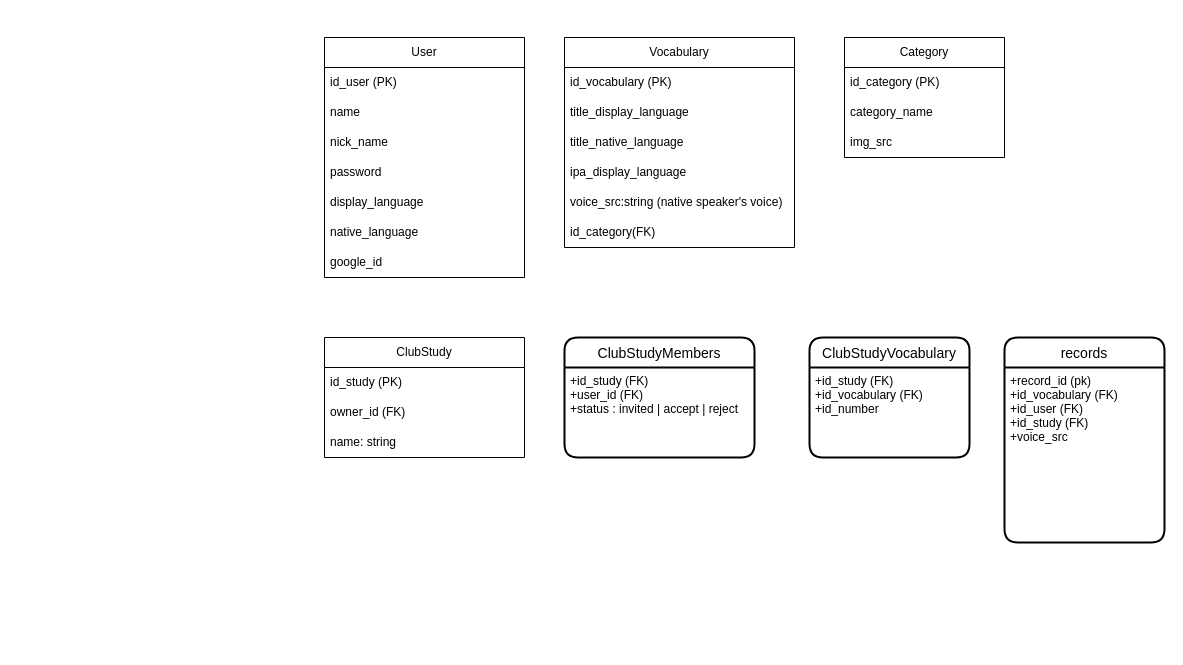
This is docs/db-scheme.dio from dudaji-vn/my-english-accent-webapp, a draw.io file, before an edit. Source tidied: cells renumbered, new cells numbered last; positions are measured from the earlier drawing's top-left corner, leaving out a move shared by most shapes. Both pictures are drawn from the tidied source at 100%, with x=0, y=0 at pixel (324, 37).
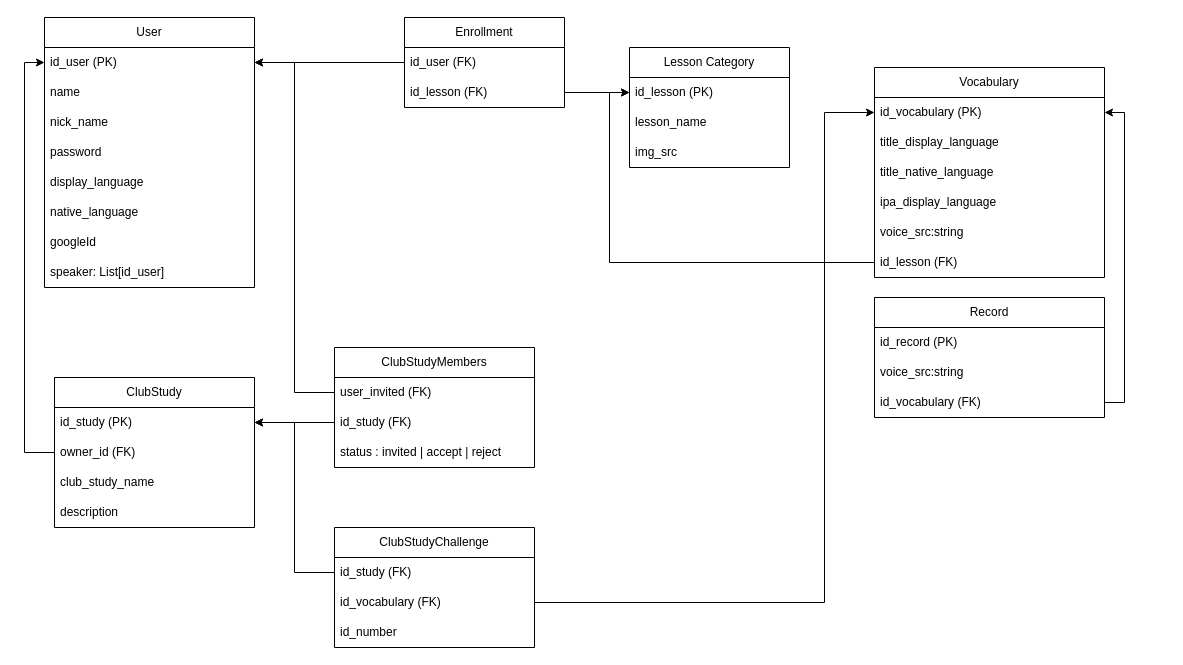
The same diagram, later.

Commit message:
Adjust db-scheme

The change refers to these unchanged cells:
```xml
<mxCell id="15" value="id_vocabulary (PK)" style="text;strokeColor=none;fillColor=none;align=left;verticalAlign=middle;spacingLeft=4;spacingRight=4;overflow=hidden;points=[[0,0.5],[1,0.5]];portConstraint=eastwest;whiteSpace=wrap;html=1;" parent="14" vertex="1">
  <mxGeometry y="30" width="230" height="30" as="geometry" />
</mxCell>
<mxCell id="22" value="id_study (PK)" style="text;strokeColor=none;fillColor=none;align=left;verticalAlign=middle;spacingLeft=4;spacingRight=4;overflow=hidden;points=[[0,0.5],[1,0.5]];portConstraint=eastwest;whiteSpace=wrap;html=1;" parent="21" vertex="1">
  <mxGeometry y="30" width="200" height="30" as="geometry" />
</mxCell>
<mxCell id="23" value="owner_id (FK)" style="text;strokeColor=none;fillColor=none;align=left;verticalAlign=middle;spacingLeft=4;spacingRight=4;overflow=hidden;points=[[0,0.5],[1,0.5]];portConstraint=eastwest;whiteSpace=wrap;html=1;" parent="21" vertex="1">
  <mxGeometry y="60" width="200" height="30" as="geometry" />
</mxCell>
```

What changed in the source:
```diff
@@
     <mxCell id="2" value="User&lt;br&gt;" style="swimlane;fontStyle=0;horizontal=1;startSize=30;whiteSpace=wrap;html=1;" parent="1" vertex="1">
-      <mxGeometry width="200" height="240" as="geometry" />
+      <mxGeometry x="-280" y="-20" width="210" height="270" as="geometry" />
     </mxCell>
     <mxCell id="3" value="id_user (PK)" style="text;strokeColor=none;fillColor=none;align=left;verticalAlign=middle;spacingLeft=4;spacingRight=4;overflow=hidden;points=[[0,0.5],[1,0.5]];portConstraint=eastwest;whiteSpace=wrap;html=1;fontStyle=0;" parent="2" vertex="1">
-      <mxGeometry y="30" width="200" height="30" as="geometry" />
+      <mxGeometry y="30" width="210" height="30" as="geometry" />
     </mxCell>
     <mxCell id="4" value="name" style="text;strokeColor=none;fillColor=none;align=left;verticalAlign=middle;spacingLeft=4;spacingRight=4;overflow=hidden;whiteSpace=wrap;html=1;" parent="2" vertex="1">
-      <mxGeometry y="60" width="200" height="30" as="geometry" />
+      <mxGeometry y="60" width="210" height="30" as="geometry" />
     </mxCell>
     <mxCell id="5" value="nick_name" style="text;strokeColor=none;fillColor=none;align=left;verticalAlign=middle;spacingLeft=4;spacingRight=4;overflow=hidden;whiteSpace=wrap;html=1;" parent="2" vertex="1">
-      <mxGeometry y="90" width="200" height="30" as="geometry" />
+      <mxGeometry y="90" width="210" height="30" as="geometry" />
     </mxCell>
     <mxCell id="6" value="password" style="text;strokeColor=none;fillColor=none;align=left;verticalAlign=middle;spacingLeft=4;spacingRight=4;overflow=hidden;whiteSpace=wrap;html=1;" parent="2" vertex="1">
-      <mxGeometry y="120" width="200" height="30" as="geometry" />
+      <mxGeometry y="120" width="210" height="30" as="geometry" />
     </mxCell>
     <mxCell id="7" value="display_language" style="text;strokeColor=none;fillColor=none;align=left;verticalAlign=middle;spacingLeft=4;spacingRight=4;overflow=hidden;whiteSpace=wrap;html=1;" parent="2" vertex="1">
-      <mxGeometry y="150" width="200" height="30" as="geometry" />
+      <mxGeometry y="150" width="210" height="30" as="geometry" />
     </mxCell>
     <mxCell id="8" value="native_language" style="text;strokeColor=none;fillColor=none;align=left;verticalAlign=middle;spacingLeft=4;spacingRight=4;overflow=hidden;whiteSpace=wrap;html=1;" parent="2" vertex="1">
-      <mxGeometry y="180" width="200" height="30" as="geometry" />
+      <mxGeometry y="180" width="210" height="30" as="geometry" />
     </mxCell>
-    <mxCell id="9" value="google_id" style="text;strokeColor=none;fillColor=none;align=left;verticalAlign=middle;spacingLeft=4;spacingRight=4;overflow=hidden;whiteSpace=wrap;html=1;" parent="2" vertex="1">
-      <mxGeometry y="210" width="200" height="30" as="geometry" />
+    <mxCell id="9" value="googleId" style="text;strokeColor=none;fillColor=none;align=left;verticalAlign=middle;spacingLeft=4;spacingRight=4;overflow=hidden;whiteSpace=wrap;html=1;" parent="2" vertex="1">
+      <mxGeometry y="210" width="210" height="30" as="geometry" />
     </mxCell>
+    <mxCell id="31" value="speaker: List[id_user]" style="text;strokeColor=none;fillColor=none;align=left;verticalAlign=middle;spacingLeft=4;spacingRight=4;overflow=hidden;whiteSpace=wrap;html=1;" parent="2" vertex="1">
+      <mxGeometry y="240" width="210" height="30" as="geometry" />
+    </mxCell>
-    <mxCell id="10" value="Category" style="swimlane;fontStyle=0;horizontal=1;startSize=30;whiteSpace=wrap;html=1;" parent="1" vertex="1">
-      <mxGeometry x="520" width="160" height="120" as="geometry" />
+    <mxCell id="10" value="Lesson Category" style="swimlane;fontStyle=0;horizontal=1;startSize=30;whiteSpace=wrap;html=1;" parent="1" vertex="1">
+      <mxGeometry x="305" y="10" width="160" height="120" as="geometry" />
     </mxCell>
-    <mxCell id="11" value="id_category (PK)" style="text;strokeColor=none;fillColor=none;align=left;verticalAlign=middle;spacingLeft=4;spacingRight=4;overflow=hidden;points=[[0,0.5],[1,0.5]];portConstraint=eastwest;whiteSpace=wrap;html=1;" parent="10" vertex="1">
+    <mxCell id="11" value="id_lesson (PK)" style="text;strokeColor=none;fillColor=none;align=left;verticalAlign=middle;spacingLeft=4;spacingRight=4;overflow=hidden;points=[[0,0.5],[1,0.5]];portConstraint=eastwest;whiteSpace=wrap;html=1;" parent="10" vertex="1">
       <mxGeometry y="30" width="160" height="30" as="geometry" />
     </mxCell>
-    <mxCell id="12" value="category_name" style="text;strokeColor=none;fillColor=none;align=left;verticalAlign=middle;spacingLeft=4;spacingRight=4;overflow=hidden;whiteSpace=wrap;html=1;" parent="10" vertex="1">
+    <mxCell id="12" value="lesson_name" style="text;strokeColor=none;fillColor=none;align=left;verticalAlign=middle;spacingLeft=4;spacingRight=4;overflow=hidden;whiteSpace=wrap;html=1;" parent="10" vertex="1">
       <mxGeometry y="60" width="160" height="30" as="geometry" />
     </mxCell>
@@
     <mxCell id="14" value="Vocabulary" style="swimlane;fontStyle=0;horizontal=1;startSize=30;whiteSpace=wrap;html=1;" parent="1" vertex="1">
-      <mxGeometry x="240" width="230" height="210" as="geometry" />
+      <mxGeometry x="550" y="30" width="230" height="210" as="geometry" />
     </mxCell>
@@
-    <mxCell id="19" value="voice_src:string (native speaker's voice)" style="text;strokeColor=none;fillColor=none;align=left;verticalAlign=middle;spacingLeft=4;spacingRight=4;overflow=hidden;whiteSpace=wrap;html=1;" parent="14" vertex="1">
+    <mxCell id="19" value="voice_src:string" style="text;strokeColor=none;fillColor=none;align=left;verticalAlign=middle;spacingLeft=4;spacingRight=4;overflow=hidden;whiteSpace=wrap;html=1;" parent="14" vertex="1">
       <mxGeometry y="150" width="230" height="30" as="geometry" />
     </mxCell>
+    <mxCell id="32" value="id_lesson (FK)" style="text;strokeColor=none;fillColor=none;align=left;verticalAlign=middle;spacingLeft=4;spacingRight=4;overflow=hidden;points=[[0,0.5],[1,0.5]];portConstraint=eastwest;whiteSpace=wrap;html=1;" parent="14" vertex="1">
+      <mxGeometry y="180" width="230" height="30" as="geometry" />
+    </mxCell>
+    <mxCell id="33" value="Enrollment" style="swimlane;fontStyle=0;horizontal=1;startSize=30;whiteSpace=wrap;html=1;" parent="1" vertex="1">
+      <mxGeometry x="80" y="-20" width="160" height="90" as="geometry" />
+    </mxCell>
+    <mxCell id="34" value="id_user (FK)" style="text;strokeColor=none;fillColor=none;align=left;verticalAlign=middle;spacingLeft=4;spacingRight=4;overflow=hidden;points=[[0,0.5],[1,0.5]];portConstraint=eastwest;whiteSpace=wrap;html=1;" parent="33" vertex="1">
+      <mxGeometry y="30" width="160" height="30" as="geometry" />
+    </mxCell>
+    <mxCell id="35" value="id_lesson (FK)" style="text;strokeColor=none;fillColor=none;align=left;verticalAlign=middle;spacingLeft=4;spacingRight=4;overflow=hidden;points=[[0,0.5],[1,0.5]];portConstraint=eastwest;whiteSpace=wrap;html=1;" parent="33" vertex="1">
+      <mxGeometry y="60" width="160" height="30" as="geometry" />
+    </mxCell>
+    <mxCell id="36" value="Record" style="swimlane;fontStyle=0;horizontal=1;startSize=30;whiteSpace=wrap;html=1;" parent="1" vertex="1">
+      <mxGeometry x="550" y="260" width="230" height="120" as="geometry" />
+    </mxCell>
+    <mxCell id="37" value="id_record (PK)" style="text;strokeColor=none;fillColor=none;align=left;verticalAlign=middle;spacingLeft=4;spacingRight=4;overflow=hidden;whiteSpace=wrap;html=1;" parent="36" vertex="1">
+      <mxGeometry y="30" width="230" height="30" as="geometry" />
+    </mxCell>
+    <mxCell id="38" value="voice_src:string" style="text;strokeColor=none;fillColor=none;align=left;verticalAlign=middle;spacingLeft=4;spacingRight=4;overflow=hidden;whiteSpace=wrap;html=1;" parent="36" vertex="1">
+      <mxGeometry y="60" width="230" height="30" as="geometry" />
+    </mxCell>
-    <mxCell id="20" value="id_category(FK)" style="text;strokeColor=none;fillColor=none;align=left;verticalAlign=middle;spacingLeft=4;spacingRight=4;overflow=hidden;points=[[0,0.5],[1,0.5]];portConstraint=eastwest;whiteSpace=wrap;html=1;" parent="14" vertex="1">
-      <mxGeometry y="180" width="230" height="30" as="geometry" />
+    <mxCell id="20" value="id_vocabulary (FK)" style="text;strokeColor=none;fillColor=none;align=left;verticalAlign=middle;spacingLeft=4;spacingRight=4;overflow=hidden;points=[[0,0.5],[1,0.5]];portConstraint=eastwest;whiteSpace=wrap;html=1;" parent="36" vertex="1">
+      <mxGeometry y="90" width="230" height="30" as="geometry" />
     </mxCell>
+    <mxCell id="39" style="edgeStyle=orthogonalEdgeStyle;rounded=0;jettySize=auto;html=1;exitX=1;exitY=0.5;exitDx=0;exitDy=0;" parent="1" edge="1" source="20" target="15">
+      <mxGeometry relative="1" as="geometry" />
+    </mxCell>
     <mxCell id="21" value="ClubStudy" style="swimlane;fontStyle=0;horizontal=1;startSize=30;whiteSpace=wrap;html=1;" parent="1" vertex="1">
-      <mxGeometry y="300" width="200" height="120" as="geometry" />
+      <mxGeometry x="-270" y="340" width="200" height="150" as="geometry" />
     </mxCell>
@@
-    <mxCell id="24" value="name: string" style="text;strokeColor=none;fillColor=none;align=left;verticalAlign=middle;spacingLeft=4;spacingRight=4;overflow=hidden;whiteSpace=wrap;html=1;" parent="21" vertex="1">
-      <mxGeometry y="90" width="200" height="30" as="geometry" />
-    </mxCell>
-    <mxCell id="25" value="records" style="swimlane;horizontal=1;startSize=30;rounded=1;fontSize=14;fontStyle=0;strokeWidth=2;shadow=0;dashed=0;align=center;" parent="1" vertex="1">
-      <mxGeometry x="680" y="300" width="160" height="205" as="geometry" />
-    </mxCell>
-    <mxCell id="26" value="+record_id (pk)&#10;+id_vocabulary (FK)&#10;+id_user (FK)&#10;+id_study (FK)&#10;+voice_src" style="align=left;strokeColor=none;fillColor=none;spacingLeft=4;fontSize=12;verticalAlign=top;" parent="25" vertex="1">
-      <mxGeometry y="30" width="160" height="175" as="geometry" />
-    </mxCell>
-    <mxCell id="27" value="ClubStudyVocabulary" style="swimlane;horizontal=1;startSize=30;rounded=1;fontSize=14;fontStyle=0;strokeWidth=2;shadow=0;dashed=0;align=center;" parent="1" vertex="1">
-      <mxGeometry x="485" y="300" width="160" height="120" as="geometry" />
-    </mxCell>
-    <mxCell id="28" value="+id_study (FK)&#10;+id_vocabulary (FK)&#10;+id_number" style="align=left;strokeColor=none;fillColor=none;spacingLeft=4;fontSize=12;verticalAlign=top;" parent="27" vertex="1">
-      <mxGeometry y="30" width="160" height="90" as="geometry" />
-    </mxCell>
+    <mxCell id="40" value="club_study_name" style="text;strokeColor=none;fillColor=none;align=left;verticalAlign=middle;spacingLeft=4;spacingRight=4;overflow=hidden;whiteSpace=wrap;html=1;" parent="21" vertex="1">
+      <mxGeometry y="90" width="200" height="30" as="geometry" />
+    </mxCell>
+    <mxCell id="41" value="description" style="text;strokeColor=none;fillColor=none;align=left;verticalAlign=middle;spacingLeft=4;spacingRight=4;overflow=hidden;whiteSpace=wrap;html=1;" parent="21" vertex="1">
+      <mxGeometry y="120" width="200" height="30" as="geometry" />
+    </mxCell>
+    <mxCell id="42" style="edgeStyle=orthogonalEdgeStyle;rounded=0;jettySize=auto;html=1;exitX=0;exitY=0.5;exitDx=0;exitDy=0;entryX=0;entryY=0.5;entryDx=0;entryDy=0;" parent="1" edge="1" source="23" target="3">
+      <mxGeometry relative="1" as="geometry" />
+    </mxCell>
-    <mxCell id="29" value="ClubStudyMembers" style="swimlane;horizontal=1;startSize=30;rounded=1;fontSize=14;fontStyle=0;strokeWidth=2;shadow=0;dashed=0;align=center;" parent="1" vertex="1">
-      <mxGeometry x="240" y="300" width="190" height="120" as="geometry" />
+    <mxCell id="29" value="ClubStudyMembers" style="swimlane;fontStyle=0;horizontal=1;startSize=30;whiteSpace=wrap;html=1;" parent="1" vertex="1">
+      <mxGeometry x="10" y="310" width="200" height="120" as="geometry" />
     </mxCell>
-    <mxCell id="30" value="+id_study (FK)&#10;+user_id (FK)&#10;+status : invited | accept | reject" style="align=left;strokeColor=none;fillColor=none;spacingLeft=4;fontSize=12;verticalAlign=top;" parent="29" vertex="1">
-      <mxGeometry y="30" width="190" height="90" as="geometry" />
-    </mxCell>
+    <mxCell id="43" value="user_invited (FK)" style="text;strokeColor=none;fillColor=none;align=left;verticalAlign=middle;spacingLeft=4;spacingRight=4;overflow=hidden;points=[[0,0.5],[1,0.5]];portConstraint=eastwest;whiteSpace=wrap;html=1;" parent="29" vertex="1">
+      <mxGeometry y="30" width="200" height="30" as="geometry" />
+    </mxCell>
+    <mxCell id="44" value="id_study (FK)" style="text;strokeColor=none;fillColor=none;align=left;verticalAlign=middle;spacingLeft=4;spacingRight=4;overflow=hidden;points=[[0,0.5],[1,0.5]];portConstraint=eastwest;whiteSpace=wrap;html=1;" parent="29" vertex="1">
+      <mxGeometry y="60" width="200" height="30" as="geometry" />
+    </mxCell>
+    <mxCell id="45" value="status : invited | accept | reject" style="text;strokeColor=none;fillColor=none;align=left;verticalAlign=middle;spacingLeft=4;spacingRight=4;overflow=hidden;whiteSpace=wrap;html=1;" parent="29" vertex="1">
+      <mxGeometry y="90" width="200" height="30" as="geometry" />
+    </mxCell>
+    <mxCell id="46" value="ClubStudyChallenge" style="swimlane;fontStyle=0;horizontal=1;startSize=30;whiteSpace=wrap;html=1;" parent="1" vertex="1">
+      <mxGeometry x="10" y="490" width="200" height="120" as="geometry" />
+    </mxCell>
+    <mxCell id="47" value="id_study (FK)" style="text;strokeColor=none;fillColor=none;align=left;verticalAlign=middle;spacingLeft=4;spacingRight=4;overflow=hidden;points=[[0,0.5],[1,0.5]];portConstraint=eastwest;whiteSpace=wrap;html=1;" parent="46" vertex="1">
+      <mxGeometry y="30" width="200" height="30" as="geometry" />
+    </mxCell>
+    <mxCell id="48" value="id_vocabulary (FK)" style="text;strokeColor=none;fillColor=none;align=left;verticalAlign=middle;spacingLeft=4;spacingRight=4;overflow=hidden;points=[[0,0.5],[1,0.5]];portConstraint=eastwest;whiteSpace=wrap;html=1;" parent="46" vertex="1">
+      <mxGeometry y="60" width="200" height="30" as="geometry" />
+    </mxCell>
+    <mxCell id="49" value="id_number" style="text;strokeColor=none;fillColor=none;align=left;verticalAlign=middle;spacingLeft=4;spacingRight=4;overflow=hidden;whiteSpace=wrap;html=1;" parent="46" vertex="1">
+      <mxGeometry y="90" width="200" height="30" as="geometry" />
+    </mxCell>
+    <mxCell id="50" style="edgeStyle=orthogonalEdgeStyle;rounded=0;jettySize=auto;html=1;exitX=0;exitY=0.5;exitDx=0;exitDy=0;" parent="1" edge="1" source="44" target="22">
+      <mxGeometry relative="1" as="geometry" />
+    </mxCell>
+    <mxCell id="51" style="edgeStyle=orthogonalEdgeStyle;rounded=0;jettySize=auto;html=1;exitX=1;exitY=0.5;exitDx=0;exitDy=0;" parent="1" edge="1" source="35" target="11">
+      <mxGeometry relative="1" as="geometry" />
+    </mxCell>
+    <mxCell id="52" style="edgeStyle=orthogonalEdgeStyle;rounded=0;jettySize=auto;html=1;exitX=0;exitY=0.5;exitDx=0;exitDy=0;" parent="1" edge="1" source="34" target="3">
+      <mxGeometry relative="1" as="geometry" />
+    </mxCell>
+    <mxCell id="53" style="edgeStyle=orthogonalEdgeStyle;rounded=0;jettySize=auto;html=1;exitX=0;exitY=0.5;exitDx=0;exitDy=0;" parent="1" edge="1" source="43" target="3">
+      <mxGeometry relative="1" as="geometry" />
+    </mxCell>
+    <mxCell id="54" style="edgeStyle=orthogonalEdgeStyle;rounded=0;jettySize=auto;html=1;exitX=0;exitY=0.5;exitDx=0;exitDy=0;" parent="1" edge="1" source="47" target="22">
+      <mxGeometry relative="1" as="geometry" />
+    </mxCell>
+    <mxCell id="55" style="edgeStyle=orthogonalEdgeStyle;shape=connector;rounded=0;jettySize=auto;html=1;exitX=0;exitY=0.5;exitDx=0;exitDy=0;entryX=0;entryY=0.5;entryDx=0;entryDy=0;labelBackgroundColor=default;strokeColor=default;align=center;verticalAlign=middle;fontFamily=Helvetica;fontSize=11;fontColor=default;endArrow=classic;" parent="1" edge="1" source="32" target="11">
+      <mxGeometry relative="1" as="geometry" />
+    </mxCell>
+    <mxCell id="56" style="edgeStyle=orthogonalEdgeStyle;shape=connector;rounded=0;jettySize=auto;html=1;exitX=1;exitY=0.5;exitDx=0;exitDy=0;entryX=0;entryY=0.5;entryDx=0;entryDy=0;labelBackgroundColor=default;strokeColor=default;align=center;verticalAlign=middle;fontFamily=Helvetica;fontSize=11;fontColor=default;endArrow=classic;" parent="1" edge="1" source="48" target="15">
+      <mxGeometry relative="1" as="geometry">
+        <Array as="points">
+          <mxPoint x="500" y="565" />
+          <mxPoint x="500" y="75" />
+        </Array>
+      </mxGeometry>
+    </mxCell>
```
